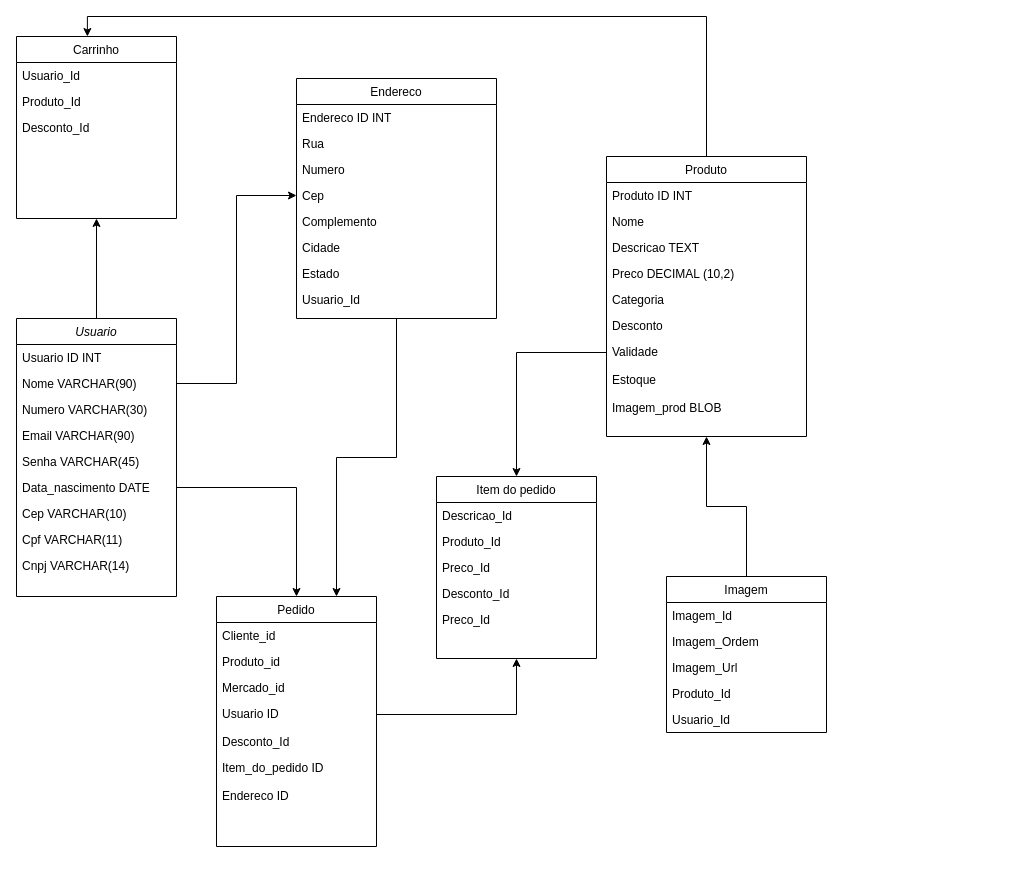
Above: Pi5.drawio in GustavoSsampaio/Pi_Baratin (draw.io), before the change. Source tidied: cells renumbered, new cells numbered last; positions are measured from the earlier drawing's top-left corner, leaving out a move shared by most shapes. Both pictures are drawn from the tidied source at 100%, with x=0, y=0 at pixel (16, 36).
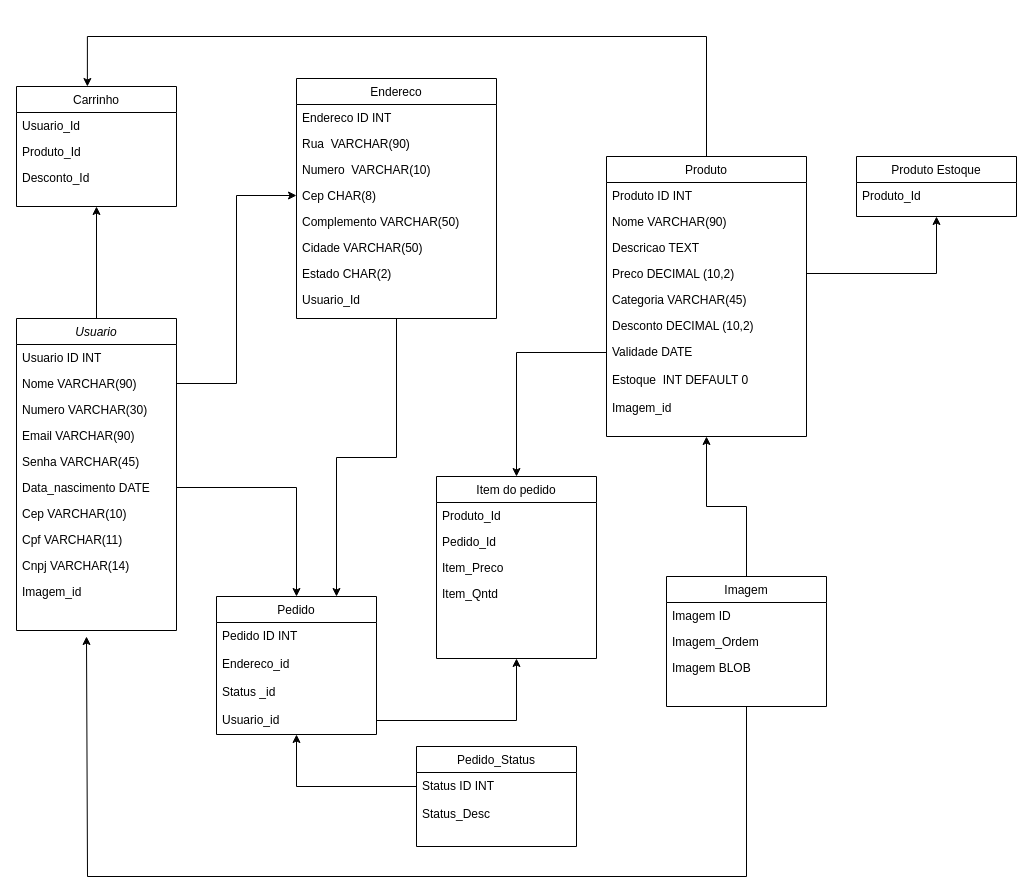
After the change.

The change refers to these unchanged cells:
```xml
<mxCell id="17" value="Produto" style="swimlane;fontStyle=0;align=center;verticalAlign=top;horizontal=1;startSize=26;rounded=0;shadow=0;strokeWidth=1;" parent="1" vertex="1">
  <mxGeometry x="590" y="120" width="200" height="280" as="geometry" />
</mxCell>
<mxCell id="21" value="Preco DECIMAL (10,2)" style="text;align=left;verticalAlign=top;spacingLeft=4;spacingRight=4;overflow=hidden;points=[[0,0.5],[1,0.5]];portConstraint=eastwest;" parent="17" vertex="1">
  <mxGeometry y="104" width="200" height="26" as="geometry" />
</mxCell>
<mxCell id="27" value="Item do pedido" style="swimlane;fontStyle=0;align=center;verticalAlign=top;horizontal=1;startSize=26;rounded=0;shadow=0;strokeWidth=1;" parent="1" vertex="1">
  <mxGeometry x="420" y="440" width="160" height="182" as="geometry" />
</mxCell>
<mxCell id="42" value="Endereco" style="swimlane;fontStyle=0;align=center;verticalAlign=top;horizontal=1;startSize=26;rounded=0;shadow=0;strokeWidth=1;" parent="1" vertex="1">
  <mxGeometry x="280" y="42" width="200" height="240" as="geometry" />
</mxCell>
```

The edit, as a diff of the source:
```diff
@@
     <mxCell id="3" value="Usuario" style="swimlane;fontStyle=2;align=center;verticalAlign=top;horizontal=1;startSize=26;rounded=0;shadow=0;strokeWidth=1;" parent="1" vertex="1">
-      <mxGeometry y="282" width="160" height="278" as="geometry" />
+      <mxGeometry y="282" width="160" height="312" as="geometry" />
     </mxCell>
@@
+    <mxCell id="63" value="Imagem_id" style="text;align=left;verticalAlign=top;spacingLeft=4;spacingRight=4;overflow=hidden;" parent="3" vertex="1">
+      <mxGeometry y="260" width="160" height="26" as="geometry" />
+    </mxCell>
     <mxCell id="13" value="Carrinho" style="swimlane;fontStyle=0;align=center;verticalAlign=top;horizontal=1;startSize=26;rounded=0;shadow=0;strokeWidth=1;" parent="1" vertex="1">
-      <mxGeometry width="160" height="182" as="geometry" />
+      <mxGeometry y="50" width="160" height="120" as="geometry" />
     </mxCell>
@@
-    <mxCell id="19" value="Nome" style="text;align=left;verticalAlign=top;spacingLeft=4;spacingRight=4;overflow=hidden;" parent="17" vertex="1">
+    <mxCell id="19" value="Nome VARCHAR(90)" style="text;align=left;verticalAlign=top;spacingLeft=4;spacingRight=4;overflow=hidden;" parent="17" vertex="1">
       <mxGeometry y="52" width="200" height="26" as="geometry" />
     </mxCell>
@@
-    <mxCell id="22" value="Categoria" style="text;align=left;verticalAlign=top;spacingLeft=4;spacingRight=4;overflow=hidden;" parent="17" vertex="1">
+    <mxCell id="22" value="Categoria VARCHAR(45)" style="text;align=left;verticalAlign=top;spacingLeft=4;spacingRight=4;overflow=hidden;" parent="17" vertex="1">
       <mxGeometry y="130" width="200" height="26" as="geometry" />
     </mxCell>
-    <mxCell id="23" value="Desconto" style="text;align=left;verticalAlign=top;spacingLeft=4;spacingRight=4;overflow=hidden;" parent="17" vertex="1">
+    <mxCell id="23" value="Desconto DECIMAL (10,2)" style="text;align=left;verticalAlign=top;spacingLeft=4;spacingRight=4;overflow=hidden;" parent="17" vertex="1">
       <mxGeometry y="156" width="200" height="26" as="geometry" />
     </mxCell>
-    <mxCell id="24" value="Validade" style="text;align=left;verticalAlign=top;spacingLeft=4;spacingRight=4;overflow=hidden;points=[[0,0.5],[1,0.5]];portConstraint=eastwest;" parent="17" vertex="1">
+    <mxCell id="24" value="Validade DATE" style="text;align=left;verticalAlign=top;spacingLeft=4;spacingRight=4;overflow=hidden;points=[[0,0.5],[1,0.5]];portConstraint=eastwest;" parent="17" vertex="1">
       <mxGeometry y="182" width="200" height="28" as="geometry" />
     </mxCell>
-    <mxCell id="25" value="Estoque " style="text;align=left;verticalAlign=top;spacingLeft=4;spacingRight=4;overflow=hidden;" parent="17" vertex="1">
+    <mxCell id="25" value="Estoque  INT DEFAULT 0" style="text;align=left;verticalAlign=top;spacingLeft=4;spacingRight=4;overflow=hidden;" parent="17" vertex="1">
       <mxGeometry y="210" width="200" height="28" as="geometry" />
     </mxCell>
-    <mxCell id="26" value="Imagem_prod BLOB" style="text;align=left;verticalAlign=top;spacingLeft=4;spacingRight=4;overflow=hidden;" parent="17" vertex="1">
+    <mxCell id="26" value="Imagem_id" style="text;align=left;verticalAlign=top;spacingLeft=4;spacingRight=4;overflow=hidden;" parent="17" vertex="1">
       <mxGeometry y="238" width="200" height="28" as="geometry" />
     </mxCell>
@@
-    <mxCell id="28" value="Descricao_Id" style="text;align=left;verticalAlign=top;spacingLeft=4;spacingRight=4;overflow=hidden;" parent="27" vertex="1">
-      <mxGeometry y="26" width="160" height="26" as="geometry" />
-    </mxCell>
     <mxCell id="29" value="Produto_Id" style="text;align=left;verticalAlign=top;spacingLeft=4;spacingRight=4;overflow=hidden;" parent="27" vertex="1">
-      <mxGeometry y="52" width="160" height="26" as="geometry" />
+      <mxGeometry y="26" width="160" height="26" as="geometry" />
     </mxCell>
+    <mxCell id="64" value="Pedido_Id" style="text;align=left;verticalAlign=top;spacingLeft=4;spacingRight=4;overflow=hidden;" parent="27" vertex="1">
+      <mxGeometry y="52" width="160" height="26" as="geometry" />
+    </mxCell>
-    <mxCell id="30" value="Preco_Id" style="text;align=left;verticalAlign=top;spacingLeft=4;spacingRight=4;overflow=hidden;" parent="27" vertex="1">
+    <mxCell id="30" value="Item_Preco" style="text;align=left;verticalAlign=top;spacingLeft=4;spacingRight=4;overflow=hidden;" parent="27" vertex="1">
       <mxGeometry y="78" width="160" height="26" as="geometry" />
     </mxCell>
-    <mxCell id="31" value="Desconto_Id" style="text;align=left;verticalAlign=top;spacingLeft=4;spacingRight=4;overflow=hidden;" parent="27" vertex="1">
-      <mxGeometry y="104" width="160" height="26" as="geometry" />
-    </mxCell>
-    <mxCell id="32" value="Preco_Id" style="text;align=left;verticalAlign=top;spacingLeft=4;spacingRight=4;overflow=hidden;" parent="27" vertex="1">
-      <mxGeometry y="130" width="160" height="26" as="geometry" />
+    <mxCell id="32" value="Item_Qntd" style="text;align=left;verticalAlign=top;spacingLeft=4;spacingRight=4;overflow=hidden;" parent="27" vertex="1">
+      <mxGeometry y="104" width="160" height="26" as="geometry" />
     </mxCell>
     <mxCell id="33" value="Pedido" style="swimlane;fontStyle=0;align=center;verticalAlign=top;horizontal=1;startSize=26;rounded=0;shadow=0;strokeWidth=1;" parent="1" vertex="1">
-      <mxGeometry x="200" y="560" width="160" height="250" as="geometry" />
+      <mxGeometry x="200" y="560" width="160" height="138" as="geometry" />
     </mxCell>
-    <mxCell id="34" value="Cliente_id" style="text;align=left;verticalAlign=top;spacingLeft=4;spacingRight=4;overflow=hidden;" parent="33" vertex="1">
-      <mxGeometry y="26" width="160" height="26" as="geometry" />
-    </mxCell>
-    <mxCell id="35" value="Produto_id" style="text;align=left;verticalAlign=top;spacingLeft=4;spacingRight=4;overflow=hidden;" parent="33" vertex="1">
-      <mxGeometry y="52" width="160" height="26" as="geometry" />
-    </mxCell>
-    <mxCell id="36" value="Mercado_id" style="text;align=left;verticalAlign=top;spacingLeft=4;spacingRight=4;overflow=hidden;" parent="33" vertex="1">
-      <mxGeometry y="78" width="160" height="26" as="geometry" />
-    </mxCell>
+    <mxCell id="65" value="Pedido ID INT" style="text;align=left;verticalAlign=top;spacingLeft=4;spacingRight=4;overflow=hidden;" parent="33" vertex="1">
+      <mxGeometry y="26" width="160" height="28" as="geometry" />
+    </mxCell>
+    <mxCell id="40" value="Endereco_id" style="text;align=left;verticalAlign=top;spacingLeft=4;spacingRight=4;overflow=hidden;" parent="33" vertex="1">
+      <mxGeometry y="54" width="160" height="28" as="geometry" />
+    </mxCell>
+    <mxCell id="66" value="Status _id" style="text;align=left;verticalAlign=top;spacingLeft=4;spacingRight=4;overflow=hidden;" parent="33" vertex="1">
+      <mxGeometry y="82" width="160" height="28" as="geometry" />
+    </mxCell>
-    <mxCell id="37" value="Usuario ID" style="text;align=left;verticalAlign=top;spacingLeft=4;spacingRight=4;overflow=hidden;points=[[0,0.5],[1,0.5]];portConstraint=eastwest;" parent="33" vertex="1">
-      <mxGeometry y="104" width="160" height="28" as="geometry" />
+    <mxCell id="37" value="Usuario_id" style="text;align=left;verticalAlign=top;spacingLeft=4;spacingRight=4;overflow=hidden;points=[[0,0.5],[1,0.5]];portConstraint=eastwest;" parent="33" vertex="1">
+      <mxGeometry y="110" width="160" height="28" as="geometry" />
     </mxCell>
-    <mxCell id="38" value="Desconto_Id" style="text;align=left;verticalAlign=top;spacingLeft=4;spacingRight=4;overflow=hidden;" parent="33" vertex="1">
-      <mxGeometry y="132" width="160" height="26" as="geometry" />
-    </mxCell>
-    <mxCell id="39" value="Item_do_pedido ID" style="text;align=left;verticalAlign=top;spacingLeft=4;spacingRight=4;overflow=hidden;" parent="33" vertex="1">
-      <mxGeometry y="158" width="160" height="28" as="geometry" />
-    </mxCell>
-    <mxCell id="40" value="Endereco ID" style="text;align=left;verticalAlign=top;spacingLeft=4;spacingRight=4;overflow=hidden;" parent="33" vertex="1">
-      <mxGeometry y="186" width="160" height="28" as="geometry" />
-    </mxCell>
@@
-    <mxCell id="44" value="Rua" style="text;align=left;verticalAlign=top;spacingLeft=4;spacingRight=4;overflow=hidden;" parent="42" vertex="1">
+    <mxCell id="44" value="Rua  VARCHAR(90)" style="text;align=left;verticalAlign=top;spacingLeft=4;spacingRight=4;overflow=hidden;" parent="42" vertex="1">
       <mxGeometry y="52" width="200" height="26" as="geometry" />
     </mxCell>
-    <mxCell id="45" value="Numero" style="text;align=left;verticalAlign=top;spacingLeft=4;spacingRight=4;overflow=hidden;" parent="42" vertex="1">
+    <mxCell id="45" value="Numero  VARCHAR(10)" style="text;align=left;verticalAlign=top;spacingLeft=4;spacingRight=4;overflow=hidden;" parent="42" vertex="1">
       <mxGeometry y="78" width="200" height="26" as="geometry" />
     </mxCell>
-    <mxCell id="46" value="Cep" style="text;align=left;verticalAlign=top;spacingLeft=4;spacingRight=4;overflow=hidden;points=[[0,0.5],[1,0.5]];portConstraint=eastwest;" parent="42" vertex="1">
+    <mxCell id="46" value="Cep CHAR(8) " style="text;align=left;verticalAlign=top;spacingLeft=4;spacingRight=4;overflow=hidden;points=[[0,0.5],[1,0.5]];portConstraint=eastwest;" parent="42" vertex="1">
       <mxGeometry y="104" width="200" height="26" as="geometry" />
     </mxCell>
-    <mxCell id="47" value="Complemento" style="text;align=left;verticalAlign=top;spacingLeft=4;spacingRight=4;overflow=hidden;" parent="42" vertex="1">
+    <mxCell id="47" value="Complemento VARCHAR(50)" style="text;align=left;verticalAlign=top;spacingLeft=4;spacingRight=4;overflow=hidden;" parent="42" vertex="1">
       <mxGeometry y="130" width="200" height="26" as="geometry" />
     </mxCell>
-    <mxCell id="48" value="Cidade" style="text;align=left;verticalAlign=top;spacingLeft=4;spacingRight=4;overflow=hidden;" parent="42" vertex="1">
+    <mxCell id="48" value="Cidade VARCHAR(50)" style="text;align=left;verticalAlign=top;spacingLeft=4;spacingRight=4;overflow=hidden;" parent="42" vertex="1">
       <mxGeometry y="156" width="200" height="26" as="geometry" />
     </mxCell>
-    <mxCell id="49" value="Estado" style="text;align=left;verticalAlign=top;spacingLeft=4;spacingRight=4;overflow=hidden;" parent="42" vertex="1">
+    <mxCell id="49" value="Estado CHAR(2) " style="text;align=left;verticalAlign=top;spacingLeft=4;spacingRight=4;overflow=hidden;" parent="42" vertex="1">
       <mxGeometry y="182" width="200" height="26" as="geometry" />
     </mxCell>
@@
     <mxCell id="52" value="Imagem" style="swimlane;fontStyle=0;align=center;verticalAlign=top;horizontal=1;startSize=26;rounded=0;shadow=0;strokeWidth=1;" parent="1" vertex="1">
-      <mxGeometry x="650" y="540" width="160" height="156" as="geometry" />
+      <mxGeometry x="650" y="540" width="160" height="130" as="geometry" />
     </mxCell>
-    <mxCell id="53" value="Imagem_Id" style="text;align=left;verticalAlign=top;spacingLeft=4;spacingRight=4;overflow=hidden;" parent="52" vertex="1">
+    <mxCell id="53" value="Imagem ID" style="text;align=left;verticalAlign=top;spacingLeft=4;spacingRight=4;overflow=hidden;" parent="52" vertex="1">
       <mxGeometry y="26" width="160" height="26" as="geometry" />
     </mxCell>
@@
-    <mxCell id="55" value="Imagem_Url" style="text;align=left;verticalAlign=top;spacingLeft=4;spacingRight=4;overflow=hidden;" parent="52" vertex="1">
+    <mxCell id="55" value="Imagem BLOB" style="text;align=left;verticalAlign=top;spacingLeft=4;spacingRight=4;overflow=hidden;" parent="52" vertex="1">
       <mxGeometry y="78" width="160" height="26" as="geometry" />
     </mxCell>
-    <mxCell id="56" value="Produto_Id" style="text;align=left;verticalAlign=top;spacingLeft=4;spacingRight=4;overflow=hidden;" parent="52" vertex="1">
-      <mxGeometry y="104" width="160" height="26" as="geometry" />
-    </mxCell>
-    <mxCell id="57" value="Usuario_Id" style="text;align=left;verticalAlign=top;spacingLeft=4;spacingRight=4;overflow=hidden;" parent="52" vertex="1">
-      <mxGeometry y="130" width="160" height="26" as="geometry" />
-    </mxCell>
     <mxCell id="58" style="edgeStyle=orthogonalEdgeStyle;rounded=0;jettySize=auto;html=1;exitX=0.5;exitY=0;exitDx=0;exitDy=0;entryX=0.443;entryY=0;entryDx=0;entryDy=0;entryPerimeter=0;" parent="1" edge="1" source="17" target="13">
-      <mxGeometry relative="1" as="geometry" />
+      <mxGeometry relative="1" as="geometry">
+        <Array as="points">
+          <mxPoint x="690" />
+          <mxPoint x="71" />
+        </Array>
+      </mxGeometry>
     </mxCell>
@@
+    <mxCell id="67" style="edgeStyle=orthogonalEdgeStyle;rounded=0;jettySize=auto;html=1;exitX=0.5;exitY=1;exitDx=0;exitDy=0;" parent="1" edge="1" source="52">
+      <mxGeometry relative="1" as="geometry">
+        <mxPoint x="70" y="600" as="targetPoint" />
+        <Array as="points">
+          <mxPoint x="730" y="840" />
+          <mxPoint x="71" y="840" />
+        </Array>
+      </mxGeometry>
+    </mxCell>
+    <mxCell id="68" value="Pedido_Status" style="swimlane;fontStyle=0;align=center;verticalAlign=top;horizontal=1;startSize=26;rounded=0;shadow=0;strokeWidth=1;" parent="1" vertex="1">
+      <mxGeometry x="400" y="710" width="160" height="100" as="geometry" />
+    </mxCell>
+    <mxCell id="69" value="Status ID INT" style="text;align=left;verticalAlign=top;spacingLeft=4;spacingRight=4;overflow=hidden;points=[[0,0.5],[1,0.5]];portConstraint=eastwest;" parent="68" vertex="1">
+      <mxGeometry y="26" width="160" height="28" as="geometry" />
+    </mxCell>
+    <mxCell id="70" value="Status_Desc" style="text;align=left;verticalAlign=top;spacingLeft=4;spacingRight=4;overflow=hidden;" parent="68" vertex="1">
+      <mxGeometry y="54" width="160" height="28" as="geometry" />
+    </mxCell>
+    <mxCell id="71" style="edgeStyle=orthogonalEdgeStyle;rounded=0;jettySize=auto;html=1;exitX=0;exitY=0.5;exitDx=0;exitDy=0;entryX=0.5;entryY=1;entryDx=0;entryDy=0;" parent="1" edge="1" source="69" target="33">
+      <mxGeometry relative="1" as="geometry" />
+    </mxCell>
+    <mxCell id="72" value="Produto Estoque" style="swimlane;fontStyle=0;align=center;verticalAlign=top;horizontal=1;startSize=26;rounded=0;shadow=0;strokeWidth=1;" parent="1" vertex="1">
+      <mxGeometry x="840" y="120" width="160" height="60" as="geometry" />
+    </mxCell>
+    <mxCell id="56" value="Produto_Id" style="text;align=left;verticalAlign=top;spacingLeft=4;spacingRight=4;overflow=hidden;" parent="72" vertex="1">
+      <mxGeometry y="26" width="160" height="26" as="geometry" />
+    </mxCell>
+    <mxCell id="73" style="edgeStyle=orthogonalEdgeStyle;rounded=0;jettySize=auto;html=1;exitX=1;exitY=0.5;exitDx=0;exitDy=0;entryX=0.5;entryY=1;entryDx=0;entryDy=0;" parent="1" edge="1" source="21" target="72">
+      <mxGeometry relative="1" as="geometry" />
+    </mxCell>
```
